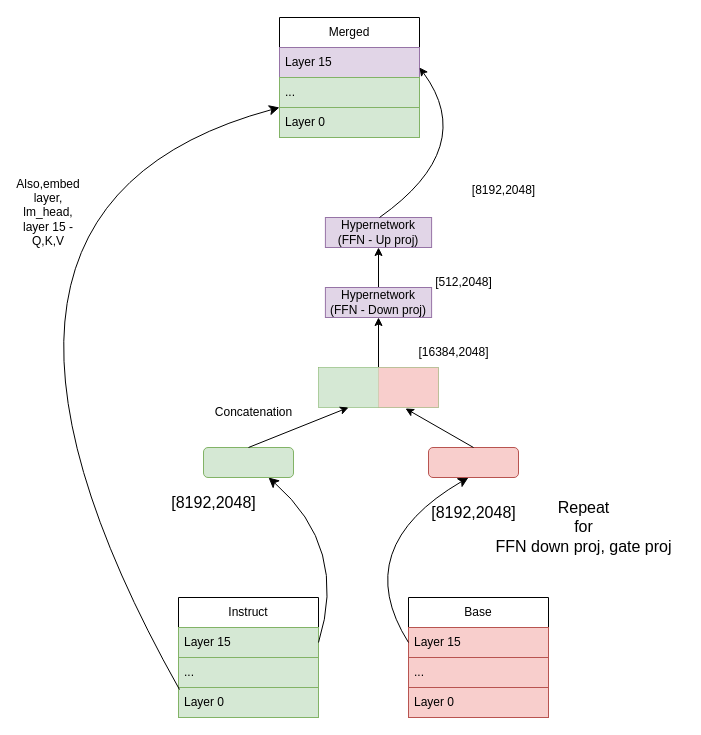
Earlier version of the draw.io diagram Copy of merge_last_layer.drawio (babangain/drawio). Source tidied: cells renumbered, new cells numbered last; positions are measured from the earlier drawing's top-left corner, leaving out a move shared by most shapes. Both pictures are drawn from the tidied source at 100%, with x=0, y=0 at pixel (-92, 17).
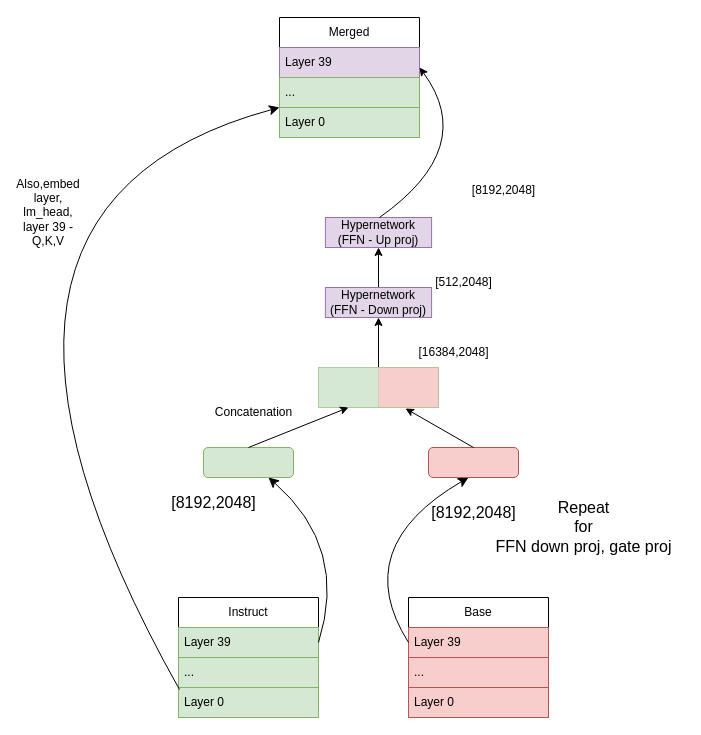
The same page after the edit.

The change refers to these unchanged cells:
```xml
<mxCell id="2" value="Instruct" style="swimlane;fontStyle=0;horizontal=1;startSize=30;whiteSpace=wrap;html=1;" parent="1" vertex="1">
  <mxGeometry x="270" y="580" width="140" height="120" as="geometry" />
</mxCell>
<mxCell id="6" value="Base" style="swimlane;fontStyle=0;horizontal=1;startSize=30;whiteSpace=wrap;html=1;" parent="1" vertex="1">
  <mxGeometry x="500" y="580" width="140" height="120" as="geometry" />
</mxCell>
<mxCell id="10" value="Merged" style="swimlane;fontStyle=0;horizontal=1;startSize=30;whiteSpace=wrap;html=1;" parent="1" vertex="1">
  <mxGeometry x="371" width="140" height="120" as="geometry" />
</mxCell>
```

The edit, as a diff of the source:
```diff
@@
-    <mxCell id="3" value="Layer 15" style="text;strokeColor=#82b366;fillColor=#d5e8d4;align=left;verticalAlign=middle;spacingLeft=4;spacingRight=4;overflow=hidden;points=[[0,0.5],[1,0.5]];portConstraint=eastwest;whiteSpace=wrap;html=1;" parent="2" vertex="1">
+    <mxCell id="3" value="Layer 39" style="text;strokeColor=#82b366;fillColor=#d5e8d4;align=left;verticalAlign=middle;spacingLeft=4;spacingRight=4;overflow=hidden;points=[[0,0.5],[1,0.5]];portConstraint=eastwest;whiteSpace=wrap;html=1;" parent="2" vertex="1">
       <mxGeometry y="30" width="140" height="30" as="geometry" />
     </mxCell>
@@
-    <mxCell id="7" value="Layer 15" style="text;strokeColor=#b85450;fillColor=#f8cecc;align=left;verticalAlign=middle;spacingLeft=4;spacingRight=4;overflow=hidden;points=[[0,0.5],[1,0.5]];portConstraint=eastwest;whiteSpace=wrap;html=1;" parent="6" vertex="1">
+    <mxCell id="7" value="Layer 39" style="text;strokeColor=#b85450;fillColor=#f8cecc;align=left;verticalAlign=middle;spacingLeft=4;spacingRight=4;overflow=hidden;points=[[0,0.5],[1,0.5]];portConstraint=eastwest;whiteSpace=wrap;html=1;" parent="6" vertex="1">
       <mxGeometry y="30" width="140" height="30" as="geometry" />
     </mxCell>
@@
-    <mxCell id="11" value="Layer 15" style="text;strokeColor=#9673a6;fillColor=#e1d5e7;align=left;verticalAlign=middle;spacingLeft=4;spacingRight=4;overflow=hidden;whiteSpace=wrap;html=1;" parent="10" vertex="1">
+    <mxCell id="11" value="Layer 39" style="text;strokeColor=#9673a6;fillColor=#e1d5e7;align=left;verticalAlign=middle;spacingLeft=4;spacingRight=4;overflow=hidden;whiteSpace=wrap;html=1;" parent="10" vertex="1">
       <mxGeometry y="30" width="140" height="30" as="geometry" />
     </mxCell>
@@
-    <mxCell id="15" value="&lt;div&gt;Also,embed layer,&lt;/div&gt;&lt;div&gt;lm_head,&lt;/div&gt;&lt;div&gt;layer 15 - Q,K,V&lt;/div&gt;" style="text;html=1;align=center;verticalAlign=middle;whiteSpace=wrap;rounded=0;" parent="1" vertex="1">
+    <mxCell id="15" value="&lt;div&gt;Also,embed layer,&lt;/div&gt;&lt;div&gt;lm_head,&lt;/div&gt;&lt;div&gt;layer 39 - Q,K,V&lt;/div&gt;" style="text;html=1;align=center;verticalAlign=middle;whiteSpace=wrap;rounded=0;" parent="1" vertex="1">
       <mxGeometry x="110" y="180" width="60" height="30" as="geometry" />
     </mxCell>
```
